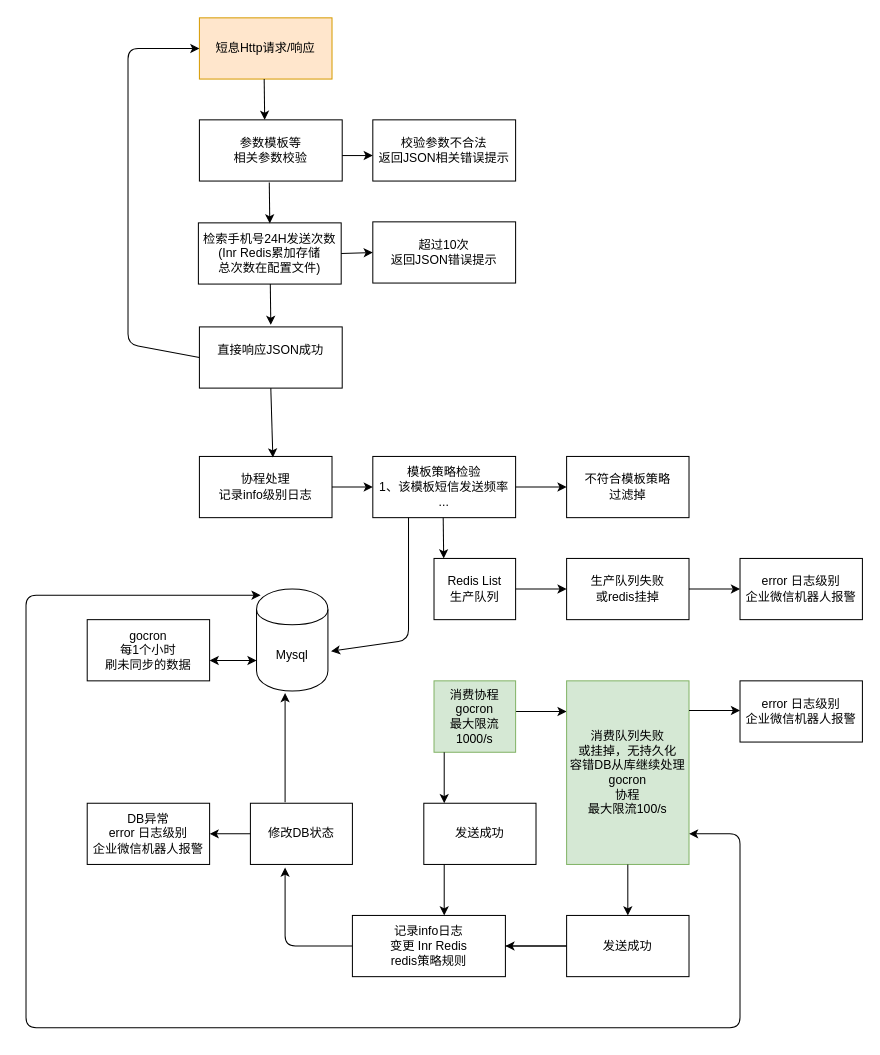
The draw.io diagram NewSMS.drawio in akun87/activity, before the edit. Source tidied: cells renumbered, new cells numbered last; positions are measured from the earlier drawing's top-left corner, leaving out a move shared by most shapes. Both pictures are drawn from the tidied source at 102%, with x=0, y=0 at pixel (26, 17).
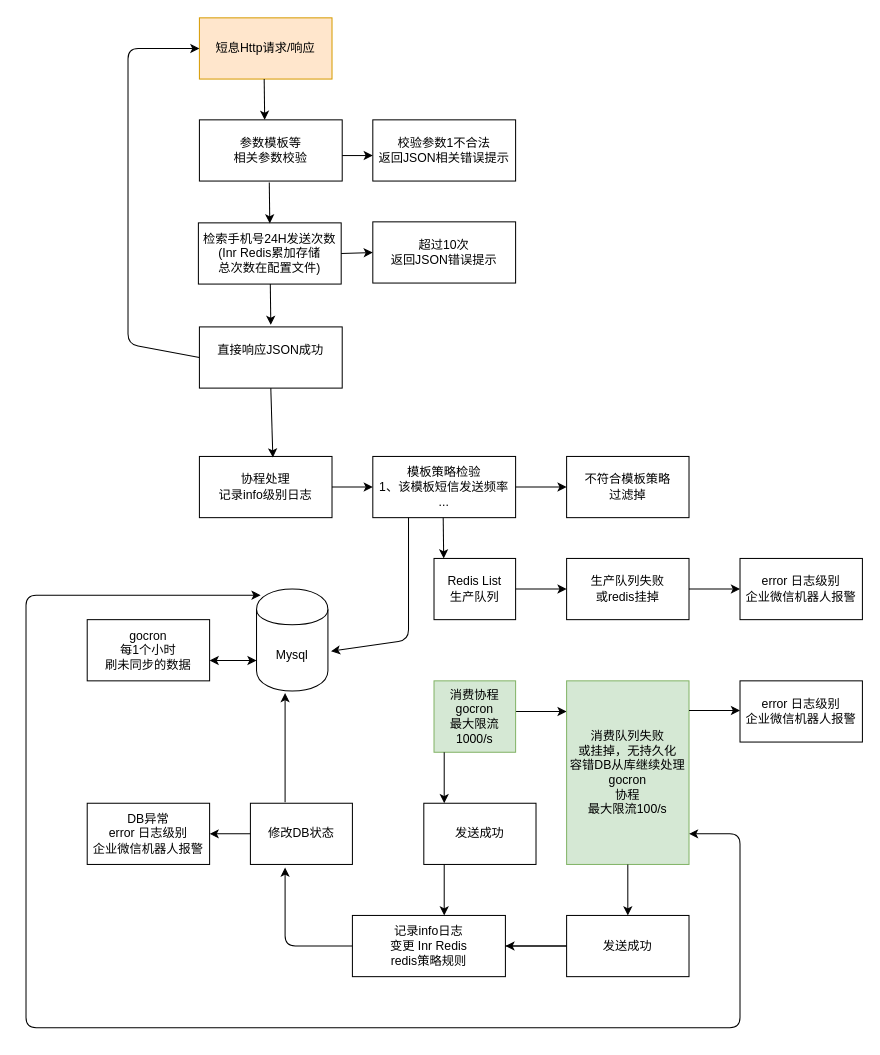
Above is the later version.

The edit, as a diff of the source:
```diff
@@
-    <mxCell id="4" value="&lt;div&gt;校验参数不合法 &lt;br&gt;&lt;/div&gt;&lt;div&gt;返回JSON相关错误提示&lt;/div&gt;" style="rounded=0;whiteSpace=wrap;html=1;" parent="1" vertex="1">
+    <mxCell id="4" value="&lt;div&gt;校验参数1不合法 &lt;br&gt;&lt;/div&gt;&lt;div&gt;返回JSON相关错误提示&lt;/div&gt;" style="rounded=0;whiteSpace=wrap;html=1;" parent="1" vertex="1">
       <mxGeometry x="340" y="100" width="140" height="60" as="geometry" />
     </mxCell>
```
